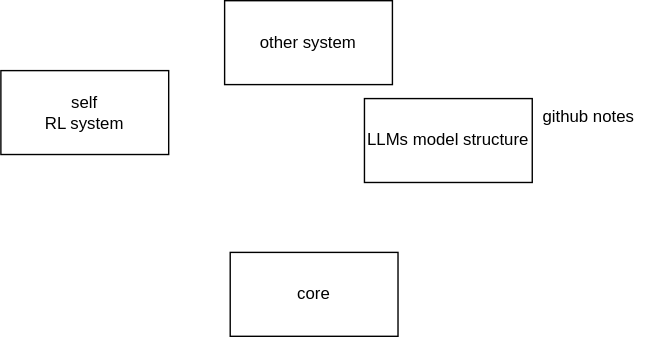
Earlier version of the draw.io export note.svg (spartacus429496/everyday_note). Source tidied: cells renumbered, new cells last; positions are measured from the earlier drawing's top-left corner, leaving out a move shared by most shapes. Source of this version:
```xml
<mxGraphModel>
  <root>
    <mxCell id="0" />
    <mxCell id="1" parent="0" />
    <mxCell id="2" value="self&lt;div&gt;RL system&lt;/div&gt;" style="rounded=0;whiteSpace=wrap;html=1;" parent="1" vertex="1">
      <mxGeometry y="50" width="120" height="60" as="geometry" />
    </mxCell>
    <mxCell id="3" value="other system" style="rounded=0;whiteSpace=wrap;html=1;" parent="1" vertex="1">
      <mxGeometry x="160" width="120" height="60" as="geometry" />
    </mxCell>
    <mxCell id="4" value="LLMs model structure" style="rounded=0;whiteSpace=wrap;html=1;" parent="1" vertex="1">
      <mxGeometry x="260" y="70" width="120" height="60" as="geometry" />
    </mxCell>
    <mxCell id="5" value="core" style="rounded=0;whiteSpace=wrap;html=1;" parent="1" vertex="1">
      <mxGeometry x="164" y="180" width="120" height="60" as="geometry" />
    </mxCell>
    <mxCell id="6" value="github notes" style="text;html=1;align=center;verticalAlign=middle;points=[];strokeColor=none;fillColor=none;" parent="1" vertex="1">
      <mxGeometry x="375" y="68" width="90" height="30" as="geometry" />
    </mxCell>
  </root>
</mxGraphModel>
```
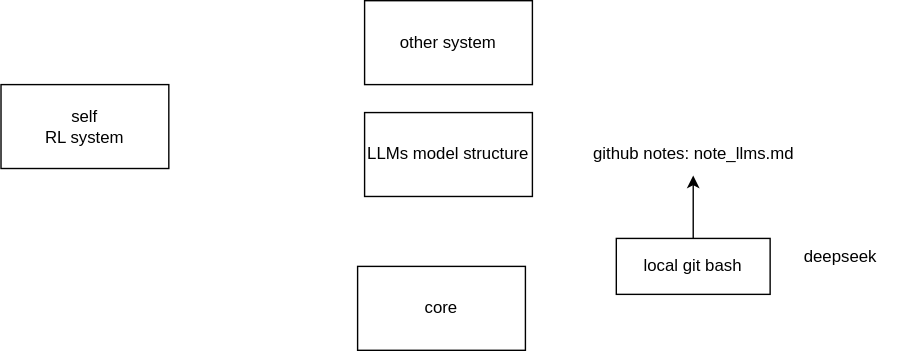
The same file after the commit.

Diff of the diagram source:
```diff
@@ -6,16 +6,25 @@
       <mxGeometry y="50" width="120" height="60" as="geometry" />
     </mxCell>
     <mxCell id="3" value="other system" style="rounded=0;whiteSpace=wrap;html=1;" parent="1" vertex="1">
-      <mxGeometry x="160" width="120" height="60" as="geometry" />
+      <mxGeometry x="260" y="-10" width="120" height="60" as="geometry" />
     </mxCell>
     <mxCell id="4" value="LLMs model structure" style="rounded=0;whiteSpace=wrap;html=1;" parent="1" vertex="1">
       <mxGeometry x="260" y="70" width="120" height="60" as="geometry" />
     </mxCell>
     <mxCell id="5" value="core" style="rounded=0;whiteSpace=wrap;html=1;" parent="1" vertex="1">
-      <mxGeometry x="164" y="180" width="120" height="60" as="geometry" />
+      <mxGeometry x="255" y="180" width="120" height="60" as="geometry" />
     </mxCell>
-    <mxCell id="6" value="github notes" style="text;html=1;align=center;verticalAlign=middle;points=[];strokeColor=none;fillColor=none;" parent="1" vertex="1">
-      <mxGeometry x="375" y="68" width="90" height="30" as="geometry" />
+    <mxCell id="6" value="github notes: note_llms.md" style="text;html=1;align=center;verticalAlign=middle;points=[];strokeColor=none;fillColor=none;" parent="1" vertex="1">
+      <mxGeometry x="410" y="85" width="170" height="30" as="geometry" />
     </mxCell>
+    <mxCell id="7" style="edgeStyle=orthogonalEdgeStyle;rounded=0;jettySize=auto;html=1;" parent="1" edge="1" source="8" target="6">
+      <mxGeometry relative="1" as="geometry" />
+    </mxCell>
+    <mxCell id="8" value="local git bash" style="rounded=0;whiteSpace=wrap;html=1;" parent="1" vertex="1">
+      <mxGeometry x="440" y="160" width="110" height="40" as="geometry" />
+    </mxCell>
+    <mxCell id="9" value="deepseek" style="text;html=1;align=center;verticalAlign=middle;strokeColor=none;fillColor=none;" parent="1" vertex="1">
+      <mxGeometry x="560" y="158" width="80" height="30" as="geometry" />
+    </mxCell>
   </root>
 </mxGraphModel>
```
